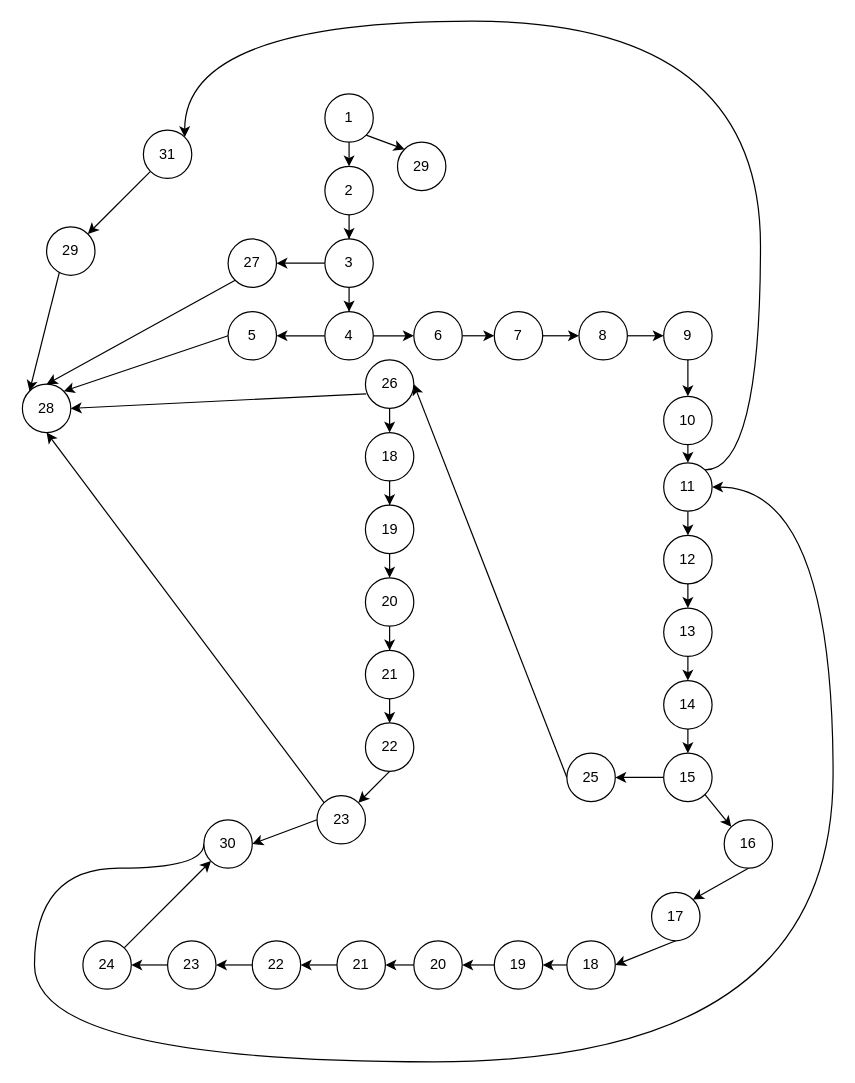
Before: Untitled Diagram.drawio in Fomalhaut77/Student-Information-Manage-System, a draw.io diagram. Source tidied: cells renumbered, new cells numbered last; positions are measured from the earlier drawing's top-left corner, leaving out a move shared by most shapes. Both pictures are drawn from the tidied source at 121%, with x=0, y=0 at pixel (22, 21).
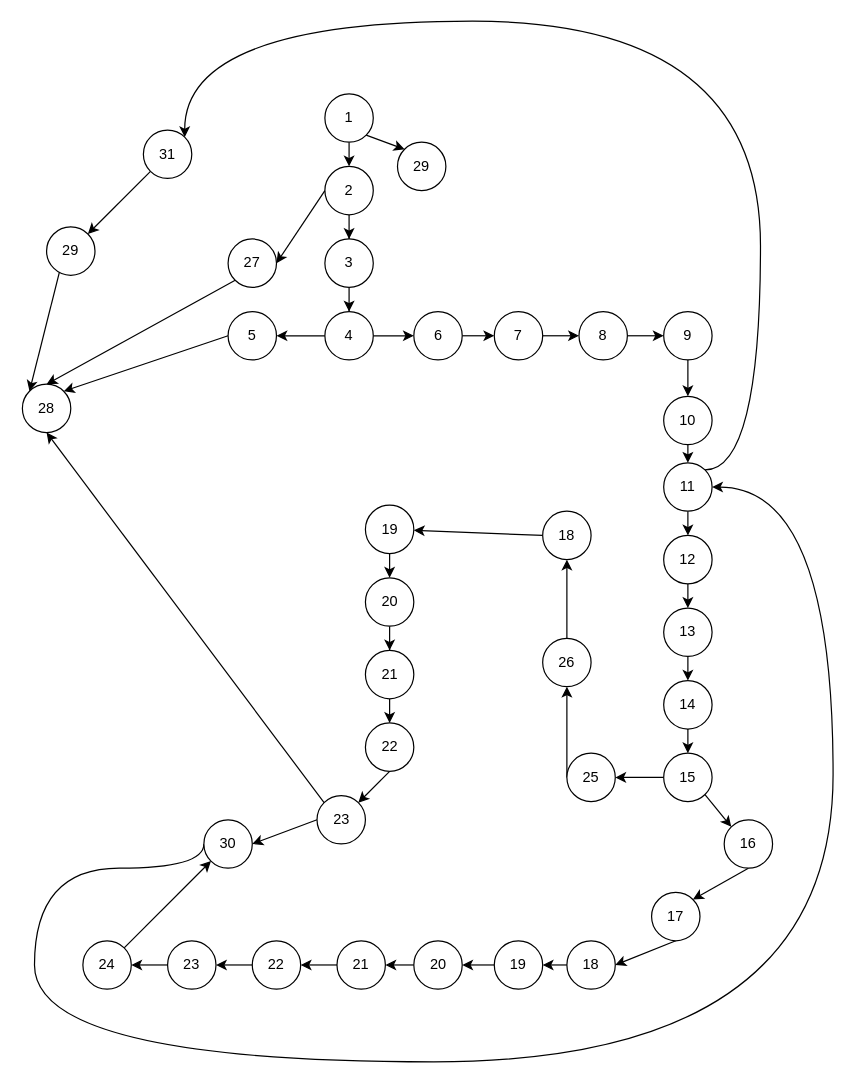
The same diagram, later.

The change refers to these unchanged cells:
```xml
<mxCell id="6" value="2" style="ellipse;whiteSpace=wrap;html=1;" parent="1" vertex="1">
  <mxGeometry x="250" y="120" width="40" height="40" as="geometry" />
</mxCell>
<mxCell id="11" value="3" style="ellipse;whiteSpace=wrap;html=1;" parent="1" vertex="1">
  <mxGeometry x="250" y="180" width="40" height="40" as="geometry" />
</mxCell>
<mxCell id="56" value="25" style="ellipse;whiteSpace=wrap;html=1;" parent="1" vertex="1">
  <mxGeometry x="450" y="605" width="40" height="40" as="geometry" />
</mxCell>
<mxCell id="67" value="19" style="ellipse;whiteSpace=wrap;html=1;" parent="1" vertex="1">
  <mxGeometry x="283.5" y="400" width="40" height="40" as="geometry" />
</mxCell>
<mxCell id="73" value="28" style="ellipse;whiteSpace=wrap;html=1;" parent="1" vertex="1">
  <mxGeometry y="300" width="40" height="40" as="geometry" />
</mxCell>
<mxCell id="76" value="27" style="ellipse;whiteSpace=wrap;html=1;" parent="1" vertex="1">
  <mxGeometry x="170" y="180" width="40" height="40" as="geometry" />
</mxCell>
```

The edit, as a diff of the source:
```diff
@@
-    <mxCell id="10" style="edgeStyle=none;rounded=0;jettySize=auto;html=1;exitX=0;exitY=0.5;exitDx=0;exitDy=0;entryX=1;entryY=0.5;entryDx=0;entryDy=0;" parent="1" edge="1" source="11" target="76">
+    <mxCell id="10" style="edgeStyle=none;rounded=0;jettySize=auto;html=1;exitX=0;exitY=0.5;exitDx=0;exitDy=0;entryX=1;entryY=0.5;entryDx=0;entryDy=0;" parent="1" edge="1" source="6" target="76">
       <mxGeometry relative="1" as="geometry" />
     </mxCell>
@@
-    <mxCell id="55" style="edgeStyle=none;rounded=0;jettySize=auto;html=1;exitX=0;exitY=0.5;exitDx=0;exitDy=0;entryX=1;entryY=0.5;entryDx=0;entryDy=0;" parent="1" edge="1" source="56" target="59">
+    <mxCell id="55" style="edgeStyle=none;rounded=0;jettySize=auto;html=1;exitX=0;exitY=0.5;exitDx=0;exitDy=0;entryX=0.5;entryY=1;entryDx=0;entryDy=0;" parent="1" edge="1" source="56" target="59">
       <mxGeometry relative="1" as="geometry" />
     </mxCell>
@@
-    <mxCell id="57" style="edgeStyle=none;rounded=0;jettySize=auto;html=1;exitX=0.5;exitY=1;exitDx=0;exitDy=0;entryX=0.5;entryY=0;entryDx=0;entryDy=0;" parent="1" edge="1" source="59" target="69">
+    <mxCell id="57" style="edgeStyle=none;rounded=0;jettySize=auto;html=1;exitX=0.5;exitY=0;exitDx=0;exitDy=0;entryX=0.5;entryY=1;entryDx=0;entryDy=0;" parent="1" edge="1" source="59" target="69">
       <mxGeometry relative="1" as="geometry" />
     </mxCell>
-    <mxCell id="58" style="rounded=0;jettySize=auto;html=1;exitX=0.013;exitY=0.7;exitDx=0;exitDy=0;entryX=1;entryY=0.5;entryDx=0;entryDy=0;exitPerimeter=0;" parent="1" edge="1" source="59" target="73">
-      <mxGeometry relative="1" as="geometry" />
-    </mxCell>
     <mxCell id="59" value="26" style="ellipse;whiteSpace=wrap;html=1;" parent="1" vertex="1">
-      <mxGeometry x="283.5" y="280" width="40" height="40" as="geometry" />
+      <mxGeometry x="430" y="510" width="40" height="40" as="geometry" />
     </mxCell>
@@
-    <mxCell id="68" style="edgeStyle=orthogonalEdgeStyle;rounded=0;jettySize=auto;html=1;exitX=0.5;exitY=1;exitDx=0;exitDy=0;" parent="1" edge="1" source="69" target="67">
+    <mxCell id="68" style="rounded=0;jettySize=auto;html=1;exitX=0;exitY=0.5;exitDx=0;exitDy=0;" parent="1" edge="1" source="69" target="67">
       <mxGeometry relative="1" as="geometry" />
     </mxCell>
     <mxCell id="69" value="18" style="ellipse;whiteSpace=wrap;html=1;" parent="1" vertex="1">
-      <mxGeometry x="283.5" y="340" width="40" height="40" as="geometry" />
+      <mxGeometry x="430" y="405" width="40" height="40" as="geometry" />
     </mxCell>
```
